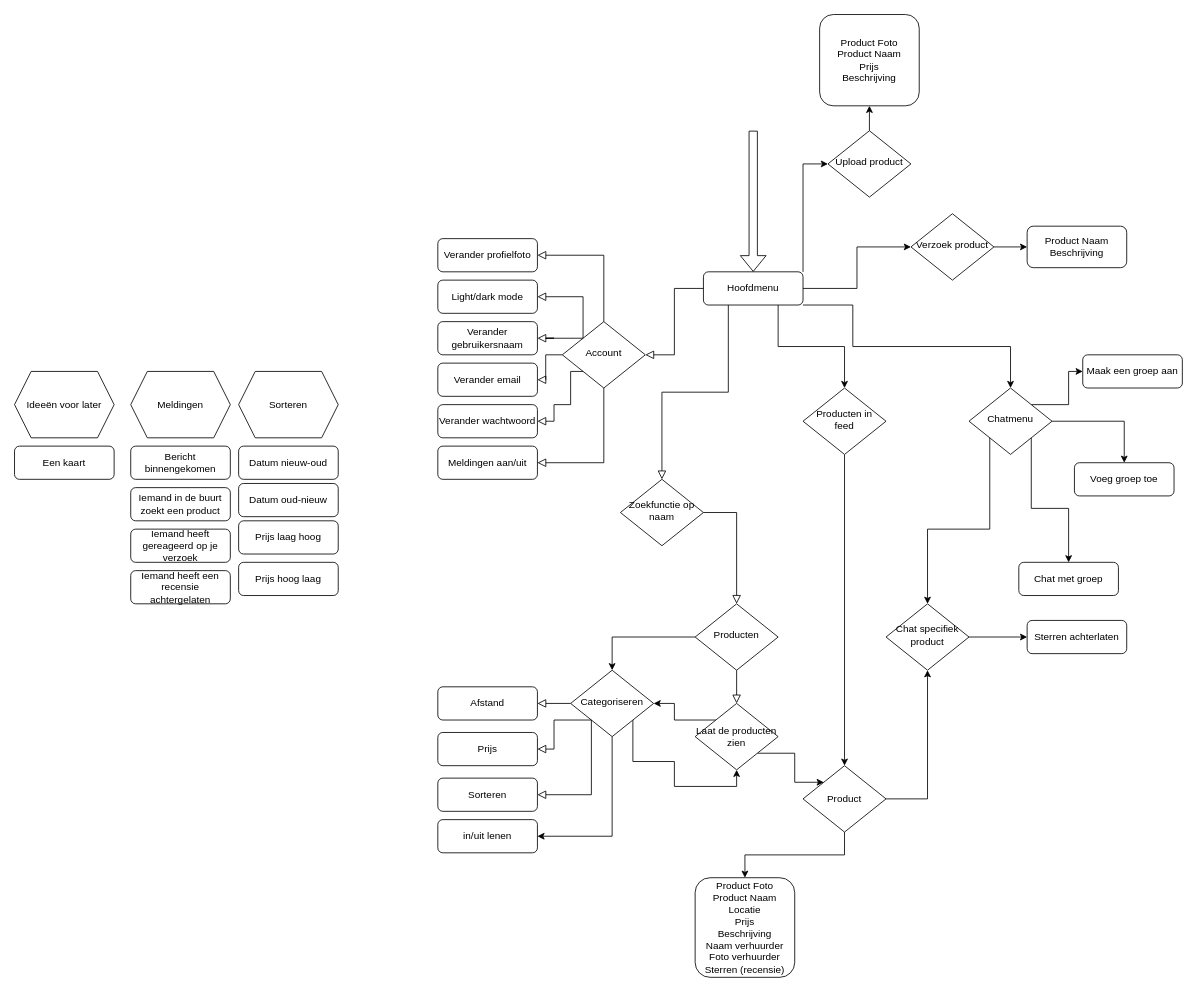
Above: Diagram zonder titel.drawio in DevBlokJochem/ShareIT (draw.io), before the change. Source tidied: cells renumbered, new cells numbered last; positions are measured from the earlier drawing's top-left corner, leaving out a move shared by most shapes. Both pictures are drawn from the tidied source at 83%, with x=0, y=0 at pixel (14, 14).
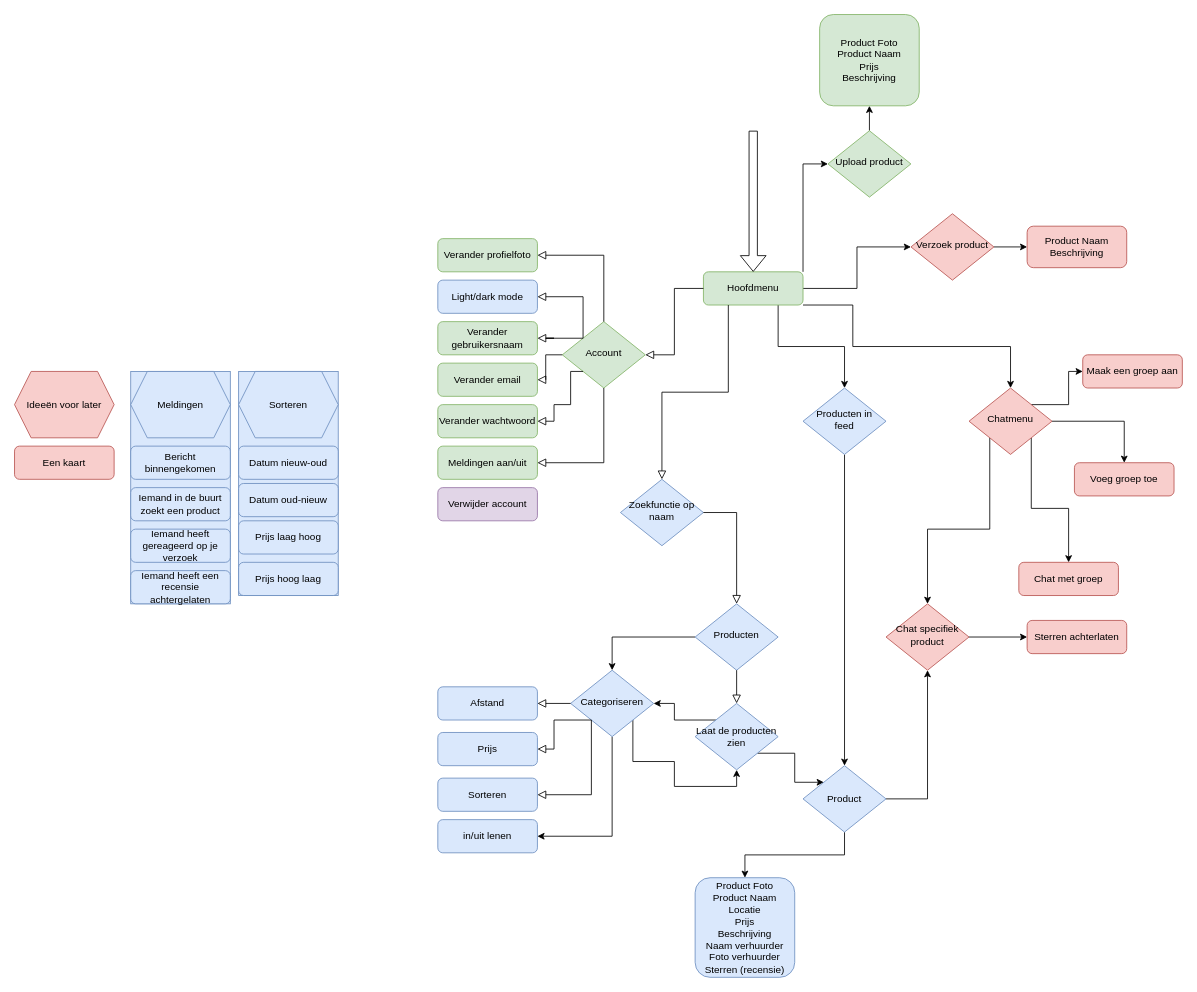
After the change.

Change to the diagram source:
```diff
@@
-    <mxCell id="6" value="Hoofdmenu" style="rounded=1;whiteSpace=wrap;html=1;fontSize=12;glass=0;strokeWidth=1;shadow=0;" parent="1" vertex="1">
+    <mxCell id="6" value="Hoofdmenu" style="rounded=1;whiteSpace=wrap;html=1;fontSize=12;glass=0;strokeWidth=1;shadow=0;fillColor=#d5e8d4;strokeColor=#82b366;" parent="1" vertex="1">
       <mxGeometry x="830" y="310" width="120" height="40" as="geometry" />
     </mxCell>
-    <mxCell id="7" value="Zoekfunctie op naam" style="rhombus;whiteSpace=wrap;html=1;shadow=0;fontFamily=Helvetica;fontSize=12;align=center;strokeWidth=1;spacing=6;spacingTop=-4;" parent="1" vertex="1">
+    <mxCell id="7" value="Zoekfunctie op naam" style="rhombus;whiteSpace=wrap;html=1;shadow=0;fontFamily=Helvetica;fontSize=12;align=center;strokeWidth=1;spacing=6;spacingTop=-4;fillColor=#dae8fc;strokeColor=#6c8ebf;" parent="1" vertex="1">
       <mxGeometry x="730" y="560" width="100" height="80" as="geometry" />
     </mxCell>
-    <mxCell id="8" value="Account" style="rhombus;whiteSpace=wrap;html=1;shadow=0;fontFamily=Helvetica;fontSize=12;align=center;strokeWidth=1;spacing=6;spacingTop=-4;" parent="1" vertex="1">
+    <mxCell id="8" value="Account" style="rhombus;whiteSpace=wrap;html=1;shadow=0;fontFamily=Helvetica;fontSize=12;align=center;strokeWidth=1;spacing=6;spacingTop=-4;fillColor=#d5e8d4;strokeColor=#82b366;" parent="1" vertex="1">
       <mxGeometry x="660" y="370" width="100" height="80" as="geometry" />
     </mxCell>
@@
-    <mxCell id="10" value="Producten" style="rhombus;whiteSpace=wrap;html=1;shadow=0;fontFamily=Helvetica;fontSize=12;align=center;strokeWidth=1;spacing=6;spacingTop=-4;" parent="1" vertex="1">
+    <mxCell id="10" value="Producten" style="rhombus;whiteSpace=wrap;html=1;shadow=0;fontFamily=Helvetica;fontSize=12;align=center;strokeWidth=1;spacing=6;spacingTop=-4;fillColor=#dae8fc;strokeColor=#6c8ebf;" parent="1" vertex="1">
       <mxGeometry x="820" y="710" width="100" height="80" as="geometry" />
     </mxCell>
@@
-    <mxCell id="12" value="Upload product" style="rhombus;whiteSpace=wrap;html=1;shadow=0;fontFamily=Helvetica;fontSize=12;align=center;strokeWidth=1;spacing=6;spacingTop=-4;" parent="1" vertex="1">
+    <mxCell id="12" value="Upload product" style="rhombus;whiteSpace=wrap;html=1;shadow=0;fontFamily=Helvetica;fontSize=12;align=center;strokeWidth=1;spacing=6;spacingTop=-4;fillColor=#d5e8d4;strokeColor=#82b366;" parent="1" vertex="1">
       <mxGeometry x="980" y="140" width="100" height="80" as="geometry" />
     </mxCell>
@@
-    <mxCell id="14" value="Chat specifiek product" style="rhombus;whiteSpace=wrap;html=1;shadow=0;fontFamily=Helvetica;fontSize=12;align=center;strokeWidth=1;spacing=6;spacingTop=-4;" parent="1" vertex="1">
+    <mxCell id="14" value="Chat specifiek product" style="rhombus;whiteSpace=wrap;html=1;shadow=0;fontFamily=Helvetica;fontSize=12;align=center;strokeWidth=1;spacing=6;spacingTop=-4;fillColor=#f8cecc;strokeColor=#b85450;" parent="1" vertex="1">
       <mxGeometry x="1050" y="710" width="100" height="80" as="geometry" />
     </mxCell>
@@
-    <mxCell id="16" value="Verander profielfoto" style="rounded=1;whiteSpace=wrap;html=1;fontSize=12;glass=0;strokeWidth=1;shadow=0;" parent="1" vertex="1">
+    <mxCell id="16" value="Verander profielfoto" style="rounded=1;whiteSpace=wrap;html=1;fontSize=12;glass=0;strokeWidth=1;shadow=0;fillColor=#d5e8d4;strokeColor=#82b366;" parent="1" vertex="1">
       <mxGeometry x="510" y="270" width="120" height="40" as="geometry" />
     </mxCell>
-    <mxCell id="17" value="Verander gebruikersnaam" style="rounded=1;whiteSpace=wrap;html=1;fontSize=12;glass=0;strokeWidth=1;shadow=0;" parent="1" vertex="1">
+    <mxCell id="17" value="Verander gebruikersnaam" style="rounded=1;whiteSpace=wrap;html=1;fontSize=12;glass=0;strokeWidth=1;shadow=0;fillColor=#d5e8d4;strokeColor=#82b366;" parent="1" vertex="1">
       <mxGeometry x="510" y="370" width="120" height="40" as="geometry" />
     </mxCell>
-    <mxCell id="18" value="Verander email" style="rounded=1;whiteSpace=wrap;html=1;fontSize=12;glass=0;strokeWidth=1;shadow=0;" parent="1" vertex="1">
+    <mxCell id="18" value="Verander email" style="rounded=1;whiteSpace=wrap;html=1;fontSize=12;glass=0;strokeWidth=1;shadow=0;fillColor=#d5e8d4;strokeColor=#82b366;" parent="1" vertex="1">
       <mxGeometry x="510" y="420" width="120" height="40" as="geometry" />
     </mxCell>
-    <mxCell id="19" value="Verander wachtwoord" style="rounded=1;whiteSpace=wrap;html=1;fontSize=12;glass=0;strokeWidth=1;shadow=0;" parent="1" vertex="1">
+    <mxCell id="19" value="Verander wachtwoord" style="rounded=1;whiteSpace=wrap;html=1;fontSize=12;glass=0;strokeWidth=1;shadow=0;fillColor=#d5e8d4;strokeColor=#82b366;" parent="1" vertex="1">
       <mxGeometry x="510" y="470" width="120" height="40" as="geometry" />
     </mxCell>
-    <mxCell id="20" value="Meldingen aan/uit" style="rounded=1;whiteSpace=wrap;html=1;fontSize=12;glass=0;strokeWidth=1;shadow=0;" parent="1" vertex="1">
+    <mxCell id="20" value="Meldingen aan/uit" style="rounded=1;whiteSpace=wrap;html=1;fontSize=12;glass=0;strokeWidth=1;shadow=0;fillColor=#d5e8d4;strokeColor=#82b366;" parent="1" vertex="1">
       <mxGeometry x="510" y="520" width="120" height="40" as="geometry" />
     </mxCell>
-    <mxCell id="21" style="group;" parent="1" vertex="1">
+    <mxCell id="21" style="group;fillColor=#dae8fc;strokeColor=#6c8ebf;" parent="1" vertex="1">
       <mxGeometry x="140" y="430" width="120" height="280" as="geometry" />
     </mxCell>
-    <mxCell id="22" value="Bericht binnengekomen" style="rounded=1;whiteSpace=wrap;html=1;fontSize=12;glass=0;strokeWidth=1;shadow=0;" parent="21" vertex="1">
+    <mxCell id="22" value="Bericht binnengekomen" style="rounded=1;whiteSpace=wrap;html=1;fontSize=12;glass=0;strokeWidth=1;shadow=0;fillColor=#dae8fc;strokeColor=#6c8ebf;" parent="21" vertex="1">
       <mxGeometry y="90" width="120" height="40" as="geometry" />
     </mxCell>
-    <mxCell id="23" value="Iemand in de buurt zoekt een product" style="rounded=1;whiteSpace=wrap;html=1;fontSize=12;glass=0;strokeWidth=1;shadow=0;" parent="21" vertex="1">
+    <mxCell id="23" value="Iemand in de buurt zoekt een product" style="rounded=1;whiteSpace=wrap;html=1;fontSize=12;glass=0;strokeWidth=1;shadow=0;fillColor=#dae8fc;strokeColor=#6c8ebf;" parent="21" vertex="1">
       <mxGeometry y="140" width="120" height="40" as="geometry" />
     </mxCell>
-    <mxCell id="24" value="Iemand heeft gereageerd op je verzoek" style="rounded=1;whiteSpace=wrap;html=1;fontSize=12;glass=0;strokeWidth=1;shadow=0;" parent="21" vertex="1">
+    <mxCell id="24" value="Iemand heeft gereageerd op je verzoek" style="rounded=1;whiteSpace=wrap;html=1;fontSize=12;glass=0;strokeWidth=1;shadow=0;fillColor=#dae8fc;strokeColor=#6c8ebf;" parent="21" vertex="1">
       <mxGeometry y="190" width="120" height="40" as="geometry" />
     </mxCell>
-    <mxCell id="25" value="Iemand heeft een recensie achtergelaten" style="rounded=1;whiteSpace=wrap;html=1;fontSize=12;glass=0;strokeWidth=1;shadow=0;" parent="21" vertex="1">
+    <mxCell id="25" value="Iemand heeft een recensie achtergelaten" style="rounded=1;whiteSpace=wrap;html=1;fontSize=12;glass=0;strokeWidth=1;shadow=0;fillColor=#dae8fc;strokeColor=#6c8ebf;" parent="21" vertex="1">
       <mxGeometry y="240" width="120" height="40" as="geometry" />
     </mxCell>
-    <mxCell id="26" value="Meldingen" style="shape=hexagon;perimeter=hexagonPerimeter2;whiteSpace=wrap;html=1;fixedSize=1;" parent="21" vertex="1">
+    <mxCell id="26" value="Meldingen" style="shape=hexagon;perimeter=hexagonPerimeter2;whiteSpace=wrap;html=1;fixedSize=1;fillColor=#dae8fc;strokeColor=#6c8ebf;" parent="21" vertex="1">
       <mxGeometry width="120" height="80" as="geometry" />
     </mxCell>
@@
-    <mxCell id="35" value="Categoriseren" style="rhombus;whiteSpace=wrap;html=1;shadow=0;fontFamily=Helvetica;fontSize=12;align=center;strokeWidth=1;spacing=6;spacingTop=-4;" parent="1" vertex="1">
+    <mxCell id="35" value="Categoriseren" style="rhombus;whiteSpace=wrap;html=1;shadow=0;fontFamily=Helvetica;fontSize=12;align=center;strokeWidth=1;spacing=6;spacingTop=-4;fillColor=#dae8fc;strokeColor=#6c8ebf;" parent="1" vertex="1">
       <mxGeometry x="670" y="790" width="100" height="80" as="geometry" />
     </mxCell>
-    <mxCell id="36" value="Afstand" style="rounded=1;whiteSpace=wrap;html=1;fontSize=12;glass=0;strokeWidth=1;shadow=0;" parent="1" vertex="1">
+    <mxCell id="36" value="Afstand" style="rounded=1;whiteSpace=wrap;html=1;fontSize=12;glass=0;strokeWidth=1;shadow=0;fillColor=#dae8fc;strokeColor=#6c8ebf;" parent="1" vertex="1">
       <mxGeometry x="510" y="810" width="120" height="40" as="geometry" />
     </mxCell>
-    <mxCell id="37" value="Prijs" style="rounded=1;whiteSpace=wrap;html=1;fontSize=12;glass=0;strokeWidth=1;shadow=0;" parent="1" vertex="1">
+    <mxCell id="37" value="Prijs" style="rounded=1;whiteSpace=wrap;html=1;fontSize=12;glass=0;strokeWidth=1;shadow=0;fillColor=#dae8fc;strokeColor=#6c8ebf;" parent="1" vertex="1">
       <mxGeometry x="510" y="865" width="120" height="40" as="geometry" />
     </mxCell>
-    <mxCell id="38" value="Sorteren" style="rounded=1;whiteSpace=wrap;html=1;fontSize=12;glass=0;strokeWidth=1;shadow=0;" parent="1" vertex="1">
+    <mxCell id="38" value="Sorteren" style="rounded=1;whiteSpace=wrap;html=1;fontSize=12;glass=0;strokeWidth=1;shadow=0;fillColor=#dae8fc;strokeColor=#6c8ebf;" parent="1" vertex="1">
       <mxGeometry x="510" y="920" width="120" height="40" as="geometry" />
     </mxCell>
-    <mxCell id="39" style="group;" parent="1" vertex="1">
+    <mxCell id="39" style="group;fillColor=#dae8fc;strokeColor=#6c8ebf;" parent="1" vertex="1">
       <mxGeometry x="270" y="430" width="120" height="270" as="geometry" />
     </mxCell>
-    <mxCell id="40" value="Sorteren" style="shape=hexagon;perimeter=hexagonPerimeter2;whiteSpace=wrap;html=1;fixedSize=1;" parent="39" vertex="1">
+    <mxCell id="40" value="Sorteren" style="shape=hexagon;perimeter=hexagonPerimeter2;whiteSpace=wrap;html=1;fixedSize=1;fillColor=#dae8fc;strokeColor=#6c8ebf;" parent="39" vertex="1">
       <mxGeometry width="120" height="80" as="geometry" />
     </mxCell>
-    <mxCell id="41" value="Datum nieuw-oud" style="rounded=1;whiteSpace=wrap;html=1;fontSize=12;glass=0;strokeWidth=1;shadow=0;" parent="39" vertex="1">
+    <mxCell id="41" value="Datum nieuw-oud" style="rounded=1;whiteSpace=wrap;html=1;fontSize=12;glass=0;strokeWidth=1;shadow=0;fillColor=#dae8fc;strokeColor=#6c8ebf;" parent="39" vertex="1">
       <mxGeometry y="90" width="120" height="40" as="geometry" />
     </mxCell>
-    <mxCell id="42" value="Datum oud-nieuw" style="rounded=1;whiteSpace=wrap;html=1;fontSize=12;glass=0;strokeWidth=1;shadow=0;" parent="39" vertex="1">
+    <mxCell id="42" value="Datum oud-nieuw" style="rounded=1;whiteSpace=wrap;html=1;fontSize=12;glass=0;strokeWidth=1;shadow=0;fillColor=#dae8fc;strokeColor=#6c8ebf;" parent="39" vertex="1">
       <mxGeometry y="135" width="120" height="40" as="geometry" />
     </mxCell>
-    <mxCell id="43" value="Prijs laag hoog" style="rounded=1;whiteSpace=wrap;html=1;fontSize=12;glass=0;strokeWidth=1;shadow=0;" parent="39" vertex="1">
+    <mxCell id="43" value="Prijs laag hoog" style="rounded=1;whiteSpace=wrap;html=1;fontSize=12;glass=0;strokeWidth=1;shadow=0;fillColor=#dae8fc;strokeColor=#6c8ebf;" parent="39" vertex="1">
       <mxGeometry y="180" width="120" height="40" as="geometry" />
     </mxCell>
-    <mxCell id="44" value="Prijs hoog laag" style="rounded=1;whiteSpace=wrap;html=1;fontSize=12;glass=0;strokeWidth=1;shadow=0;" parent="39" vertex="1">
+    <mxCell id="44" value="Prijs hoog laag" style="rounded=1;whiteSpace=wrap;html=1;fontSize=12;glass=0;strokeWidth=1;shadow=0;fillColor=#dae8fc;strokeColor=#6c8ebf;" parent="39" vertex="1">
       <mxGeometry y="230" width="120" height="40" as="geometry" />
     </mxCell>
@@
-    <mxCell id="48" value="Ideeën voor later" style="shape=hexagon;perimeter=hexagonPerimeter2;whiteSpace=wrap;html=1;fixedSize=1;" parent="1" vertex="1">
+    <mxCell id="48" value="Ideeën voor later" style="shape=hexagon;perimeter=hexagonPerimeter2;whiteSpace=wrap;html=1;fixedSize=1;fillColor=#f8cecc;strokeColor=#b85450;" parent="1" vertex="1">
       <mxGeometry y="430" width="120" height="80" as="geometry" />
     </mxCell>
-    <mxCell id="49" value="Een kaart" style="rounded=1;whiteSpace=wrap;html=1;fontSize=12;glass=0;strokeWidth=1;shadow=0;" parent="1" vertex="1">
+    <mxCell id="49" value="Een kaart" style="rounded=1;whiteSpace=wrap;html=1;fontSize=12;glass=0;strokeWidth=1;shadow=0;fillColor=#f8cecc;strokeColor=#b85450;" parent="1" vertex="1">
       <mxGeometry y="520" width="120" height="40" as="geometry" />
     </mxCell>
@@
-    <mxCell id="53" value="Producten in feed" style="rhombus;whiteSpace=wrap;html=1;shadow=0;fontFamily=Helvetica;fontSize=12;align=center;strokeWidth=1;spacing=6;spacingTop=-4;" parent="1" vertex="1">
+    <mxCell id="53" value="Producten in feed" style="rhombus;whiteSpace=wrap;html=1;shadow=0;fontFamily=Helvetica;fontSize=12;align=center;strokeWidth=1;spacing=6;spacingTop=-4;fillColor=#dae8fc;strokeColor=#6c8ebf;" parent="1" vertex="1">
       <mxGeometry x="950" y="450" width="100" height="80" as="geometry" />
     </mxCell>
@@
-    <mxCell id="56" value="Laat de producten zien" style="rhombus;whiteSpace=wrap;html=1;" parent="1" vertex="1">
+    <mxCell id="56" value="Laat de producten zien" style="rhombus;whiteSpace=wrap;html=1;fillColor=#dae8fc;strokeColor=#6c8ebf;" parent="1" vertex="1">
       <mxGeometry x="820" y="830" width="100" height="80" as="geometry" />
     </mxCell>
@@
-    <mxCell id="59" value="Product" style="rhombus;whiteSpace=wrap;html=1;" parent="1" vertex="1">
+    <mxCell id="59" value="Product" style="rhombus;whiteSpace=wrap;html=1;fillColor=#dae8fc;strokeColor=#6c8ebf;" parent="1" vertex="1">
       <mxGeometry x="950" y="905" width="100" height="80" as="geometry" />
     </mxCell>
-    <mxCell id="60" value="Product Foto&lt;br&gt;Product Naam&lt;br&gt;Locatie&lt;br&gt;Prijs&lt;br&gt;Beschrijving&lt;br&gt;Naam verhuurder&lt;br&gt;Foto verhuurder&lt;br&gt;Sterren (recensie)" style="rounded=1;whiteSpace=wrap;html=1;fontSize=12;glass=0;strokeWidth=1;shadow=0;" parent="1" vertex="1">
+    <mxCell id="60" value="Product Foto&lt;br&gt;Product Naam&lt;br&gt;Locatie&lt;br&gt;Prijs&lt;br&gt;Beschrijving&lt;br&gt;Naam verhuurder&lt;br&gt;Foto verhuurder&lt;br&gt;Sterren (recensie)" style="rounded=1;whiteSpace=wrap;html=1;fontSize=12;glass=0;strokeWidth=1;shadow=0;fillColor=#dae8fc;strokeColor=#6c8ebf;" parent="1" vertex="1">
       <mxGeometry x="820" y="1040" width="120" height="120" as="geometry" />
     </mxCell>
@@
-    <mxCell id="65" value="Chatmenu" style="rhombus;whiteSpace=wrap;html=1;shadow=0;fontFamily=Helvetica;fontSize=12;align=center;strokeWidth=1;spacing=6;spacingTop=-4;" parent="1" vertex="1">
+    <mxCell id="65" value="Chatmenu" style="rhombus;whiteSpace=wrap;html=1;shadow=0;fontFamily=Helvetica;fontSize=12;align=center;strokeWidth=1;spacing=6;spacingTop=-4;fillColor=#f8cecc;strokeColor=#b85450;" parent="1" vertex="1">
       <mxGeometry x="1150" y="450" width="100" height="80" as="geometry" />
     </mxCell>
-    <mxCell id="66" value="Chat met groep" style="rounded=1;whiteSpace=wrap;html=1;fontSize=12;glass=0;strokeWidth=1;shadow=0;" parent="1" vertex="1">
+    <mxCell id="66" value="Chat met groep" style="rounded=1;whiteSpace=wrap;html=1;fontSize=12;glass=0;strokeWidth=1;shadow=0;fillColor=#f8cecc;strokeColor=#b85450;" parent="1" vertex="1">
       <mxGeometry x="1210" y="660" width="120" height="40" as="geometry" />
     </mxCell>
-    <mxCell id="67" value="Voeg groep toe" style="rounded=1;whiteSpace=wrap;html=1;fontSize=12;glass=0;strokeWidth=1;shadow=0;" parent="1" vertex="1">
+    <mxCell id="67" value="Voeg groep toe" style="rounded=1;whiteSpace=wrap;html=1;fontSize=12;glass=0;strokeWidth=1;shadow=0;fillColor=#f8cecc;strokeColor=#b85450;" parent="1" vertex="1">
       <mxGeometry x="1277" y="540" width="120" height="40" as="geometry" />
     </mxCell>
-    <mxCell id="68" value="Maak een groep aan" style="rounded=1;whiteSpace=wrap;html=1;fontSize=12;glass=0;strokeWidth=1;shadow=0;" parent="1" vertex="1">
+    <mxCell id="68" value="Maak een groep aan" style="rounded=1;whiteSpace=wrap;html=1;fontSize=12;glass=0;strokeWidth=1;shadow=0;fillColor=#f8cecc;strokeColor=#b85450;" parent="1" vertex="1">
       <mxGeometry x="1287" y="410" width="120" height="40" as="geometry" />
     </mxCell>
@@
-    <mxCell id="70" value="Product Foto&lt;br&gt;Product Naam&lt;br&gt;Prijs&lt;br&gt;Beschrijving" style="rounded=1;whiteSpace=wrap;html=1;fontSize=12;glass=0;strokeWidth=1;shadow=0;" parent="1" vertex="1">
+    <mxCell id="70" value="Product Foto&lt;br&gt;Product Naam&lt;br&gt;Prijs&lt;br&gt;Beschrijving" style="rounded=1;whiteSpace=wrap;html=1;fontSize=12;glass=0;strokeWidth=1;shadow=0;fillColor=#d5e8d4;strokeColor=#82b366;" parent="1" vertex="1">
       <mxGeometry x="970" width="120" height="110" as="geometry" />
     </mxCell>
-    <mxCell id="71" value="Sterren achterlaten" style="rounded=1;whiteSpace=wrap;html=1;fontSize=12;glass=0;strokeWidth=1;shadow=0;" parent="1" vertex="1">
+    <mxCell id="71" value="Sterren achterlaten" style="rounded=1;whiteSpace=wrap;html=1;fontSize=12;glass=0;strokeWidth=1;shadow=0;fillColor=#f8cecc;strokeColor=#b85450;" parent="1" vertex="1">
       <mxGeometry x="1220" y="730" width="120" height="40" as="geometry" />
     </mxCell>
@@
-    <mxCell id="73" value="Verzoek product" style="rhombus;whiteSpace=wrap;html=1;shadow=0;fontFamily=Helvetica;fontSize=12;align=center;strokeWidth=1;spacing=6;spacingTop=-4;" parent="1" vertex="1">
+    <mxCell id="73" value="Verzoek product" style="rhombus;whiteSpace=wrap;html=1;shadow=0;fontFamily=Helvetica;fontSize=12;align=center;strokeWidth=1;spacing=6;spacingTop=-4;fillColor=#f8cecc;strokeColor=#b85450;" parent="1" vertex="1">
       <mxGeometry x="1080" y="240" width="100" height="80" as="geometry" />
     </mxCell>
-    <mxCell id="74" value="Product Naam&lt;br&gt;Beschrijving" style="rounded=1;whiteSpace=wrap;html=1;fontSize=12;glass=0;strokeWidth=1;shadow=0;" parent="1" vertex="1">
+    <mxCell id="74" value="Product Naam&lt;br&gt;Beschrijving" style="rounded=1;whiteSpace=wrap;html=1;fontSize=12;glass=0;strokeWidth=1;shadow=0;fillColor=#f8cecc;strokeColor=#b85450;" parent="1" vertex="1">
       <mxGeometry x="1220" y="255" width="120" height="50" as="geometry" />
     </mxCell>
-    <mxCell id="75" value="in/uit lenen" style="rounded=1;whiteSpace=wrap;html=1;fontSize=12;glass=0;strokeWidth=1;shadow=0;" parent="1" vertex="1">
+    <mxCell id="75" value="in/uit lenen" style="rounded=1;whiteSpace=wrap;html=1;fontSize=12;glass=0;strokeWidth=1;shadow=0;fillColor=#dae8fc;strokeColor=#6c8ebf;" parent="1" vertex="1">
       <mxGeometry x="510" y="970" width="120" height="40" as="geometry" />
     </mxCell>
-    <mxCell id="76" value="Light/dark mode" style="rounded=1;whiteSpace=wrap;html=1;fontSize=12;glass=0;strokeWidth=1;shadow=0;" parent="1" vertex="1">
+    <mxCell id="76" value="Light/dark mode" style="rounded=1;whiteSpace=wrap;html=1;fontSize=12;glass=0;strokeWidth=1;shadow=0;fillColor=#dae8fc;strokeColor=#6c8ebf;" parent="1" vertex="1">
       <mxGeometry x="510" y="320" width="120" height="40" as="geometry" />
     </mxCell>
@@
+    <mxCell id="78" value="Verwijder account" style="rounded=1;whiteSpace=wrap;html=1;fontSize=12;glass=0;strokeWidth=1;shadow=0;fillColor=#e1d5e7;strokeColor=#9673a6;" parent="1" vertex="1">
+      <mxGeometry x="510" y="570" width="120" height="40" as="geometry" />
+    </mxCell>
```
